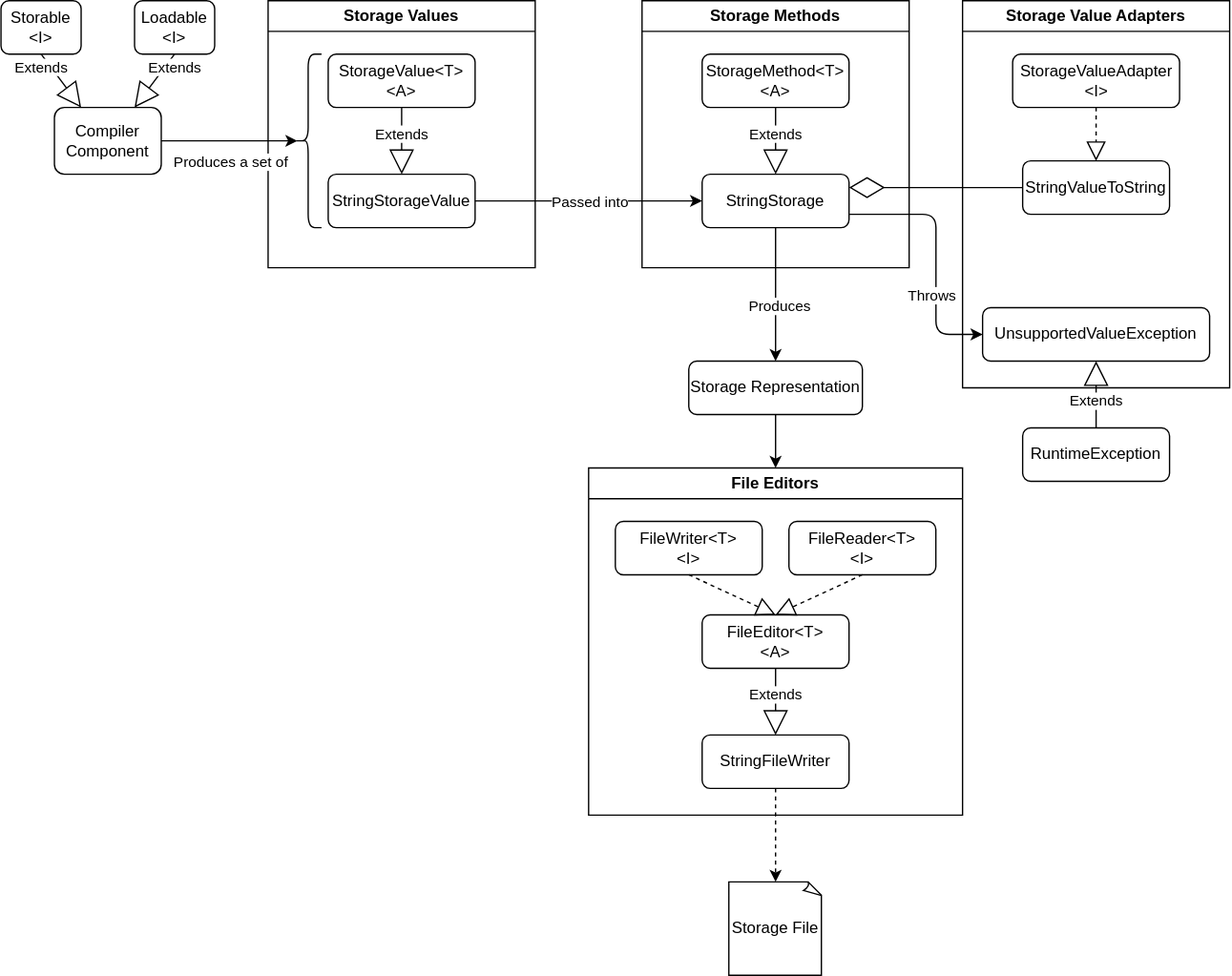
Before: docs/diagrams/Storage.drawio.svg, a diagram exported from draw.io (warburec/GenCompilation). Source tidied: cells renumbered, new cells last; positions are measured from the earlier drawing's top-left corner, leaving out a move shared by most shapes. The source it was exported from:
```xml
<mxGraphModel>
  <root>
    <mxCell id="0" />
    <mxCell id="1" parent="0" />
    <mxCell id="2" value="Storable &amp;lt;I&amp;gt;" style="rounded=1;whiteSpace=wrap;html=1;" parent="1" vertex="1">
      <mxGeometry width="60" height="40" as="geometry" />
    </mxCell>
    <mxCell id="3" value="Storage Values" style="swimlane;whiteSpace=wrap;html=1;" parent="1" vertex="1">
      <mxGeometry x="200" width="200" height="200" as="geometry" />
    </mxCell>
    <mxCell id="4" value="StorageValue&amp;lt;T&amp;gt;&lt;br&gt;&amp;lt;A&amp;gt;" style="rounded=1;whiteSpace=wrap;html=1;" parent="3" vertex="1">
      <mxGeometry x="45" y="40" width="110" height="40" as="geometry" />
    </mxCell>
    <mxCell id="5" value="StringStorageValue" style="rounded=1;whiteSpace=wrap;html=1;" parent="3" vertex="1">
      <mxGeometry x="45" y="130" width="110" height="40" as="geometry" />
    </mxCell>
    <mxCell id="6" value="Extends" style="endArrow=block;endSize=16;endFill=0;html=1;exitX=0.5;exitY=1;exitDx=0;exitDy=0;entryX=0.5;entryY=0;entryDx=0;entryDy=0;" parent="3" edge="1" source="4" target="5">
      <mxGeometry x="-0.2" relative="1" as="geometry">
        <Array as="points">
          <mxPoint x="100" y="100" />
        </Array>
      </mxGeometry>
    </mxCell>
    <mxCell id="7" style="shape=curlyBracket;whiteSpace=wrap;html=1;rounded=1;labelPosition=left;verticalLabelPosition=middle;align=right;verticalAlign=middle;size=0.5;" parent="3" vertex="1">
      <mxGeometry x="20" y="40" width="20" height="130" as="geometry" />
    </mxCell>
    <mxCell id="8" value="Storage Methods" style="swimlane;whiteSpace=wrap;html=1;" parent="1" vertex="1">
      <mxGeometry x="480" width="200" height="200" as="geometry" />
    </mxCell>
    <mxCell id="9" value="StorageMethod&amp;lt;T&amp;gt;&lt;br&gt;&amp;lt;A&amp;gt;" style="rounded=1;whiteSpace=wrap;html=1;" parent="8" vertex="1">
      <mxGeometry x="45" y="40" width="110" height="40" as="geometry" />
    </mxCell>
    <mxCell id="10" value="StringStorage" style="rounded=1;whiteSpace=wrap;html=1;" parent="8" vertex="1">
      <mxGeometry x="45" y="130" width="110" height="40" as="geometry" />
    </mxCell>
    <mxCell id="11" value="Extends" style="endArrow=block;endSize=16;endFill=0;html=1;exitX=0.5;exitY=1;exitDx=0;exitDy=0;entryX=0.5;entryY=0;entryDx=0;entryDy=0;" parent="8" edge="1" source="9" target="10">
      <mxGeometry x="-0.2" relative="1" as="geometry" />
    </mxCell>
    <mxCell id="12" value="Loadable &amp;lt;I&amp;gt;" style="rounded=1;whiteSpace=wrap;html=1;" parent="1" vertex="1">
      <mxGeometry x="100" width="60" height="40" as="geometry" />
    </mxCell>
    <mxCell id="13" style="edgeStyle=orthogonalEdgeStyle;html=1;exitX=1;exitY=0.5;exitDx=0;exitDy=0;entryX=0.1;entryY=0.5;entryDx=0;entryDy=0;entryPerimeter=0;" parent="1" edge="1" source="15" target="7">
      <mxGeometry relative="1" as="geometry" />
    </mxCell>
    <mxCell id="14" value="Produces a set of" style="edgeLabel;html=1;align=center;verticalAlign=middle;" parent="13" vertex="1">
      <mxGeometry x="-0.35" y="-1" relative="1" as="geometry">
        <mxPoint x="17" y="14" as="offset" />
      </mxGeometry>
    </mxCell>
    <mxCell id="15" value="Compiler Component" style="rounded=1;whiteSpace=wrap;html=1;" parent="1" vertex="1">
      <mxGeometry x="40" y="80" width="80" height="50" as="geometry" />
    </mxCell>
    <mxCell id="16" value="Extends" style="endArrow=block;endSize=16;endFill=0;html=1;exitX=0.5;exitY=1;exitDx=0;exitDy=0;entryX=0.25;entryY=0;entryDx=0;entryDy=0;" parent="1" edge="1" source="2" target="15">
      <mxGeometry x="-0.68" y="-6" relative="1" as="geometry" />
    </mxCell>
    <mxCell id="17" value="Extends" style="endArrow=block;endSize=16;endFill=0;html=1;entryX=0.75;entryY=0;entryDx=0;entryDy=0;exitX=0.5;exitY=1;exitDx=0;exitDy=0;" parent="1" edge="1" source="12" target="15">
      <mxGeometry x="-0.68" y="6" relative="1" as="geometry" />
    </mxCell>
    <mxCell id="18" value="Storage Value Adapters" style="swimlane;whiteSpace=wrap;html=1;" parent="1" vertex="1">
      <mxGeometry x="720" width="200" height="290" as="geometry" />
    </mxCell>
    <mxCell id="19" value="StorageValueAdapter &amp;lt;I&amp;gt;" style="rounded=1;whiteSpace=wrap;html=1;" parent="18" vertex="1">
      <mxGeometry x="37.5" y="40" width="125" height="40" as="geometry" />
    </mxCell>
    <mxCell id="20" value="StringValueToString" style="rounded=1;whiteSpace=wrap;html=1;" parent="18" vertex="1">
      <mxGeometry x="45" y="120" width="110" height="40" as="geometry" />
    </mxCell>
    <mxCell id="21" value="UnsupportedValueException" style="rounded=1;whiteSpace=wrap;html=1;" parent="18" vertex="1">
      <mxGeometry x="15" y="230" width="170" height="40" as="geometry" />
    </mxCell>
    <mxCell id="22" style="endArrow=block;dashed=1;endFill=0;endSize=12;html=1;exitX=0.5;exitY=1;exitDx=0;exitDy=0;entryX=0.5;entryY=0;entryDx=0;entryDy=0;" parent="18" edge="1" source="19" target="20">
      <mxGeometry relative="1" as="geometry" />
    </mxCell>
    <mxCell id="23" style="edgeStyle=orthogonalEdgeStyle;html=1;exitX=1;exitY=0.5;exitDx=0;exitDy=0;entryX=0;entryY=0.5;entryDx=0;entryDy=0;" parent="1" edge="1" source="5" target="10">
      <mxGeometry relative="1" as="geometry" />
    </mxCell>
    <mxCell id="24" value="Passed into" style="edgeLabel;html=1;align=center;verticalAlign=middle;" parent="23" vertex="1">
      <mxGeometry x="0.22" relative="1" as="geometry">
        <mxPoint x="-19" as="offset" />
      </mxGeometry>
    </mxCell>
    <mxCell id="25" value="RuntimeException" style="rounded=1;whiteSpace=wrap;html=1;" parent="1" vertex="1">
      <mxGeometry x="765" y="320" width="110" height="40" as="geometry" />
    </mxCell>
    <mxCell id="26" value="Extends" style="endArrow=block;endSize=16;endFill=0;html=1;entryX=0.5;entryY=1;entryDx=0;entryDy=0;exitX=0.5;exitY=0;exitDx=0;exitDy=0;" parent="1" edge="1" source="25" target="21">
      <mxGeometry x="-0.2" relative="1" as="geometry" />
    </mxCell>
    <mxCell id="27" style="endArrow=diamondThin;endFill=0;endSize=24;html=1;entryX=1;entryY=0.25;entryDx=0;entryDy=0;exitX=0;exitY=0.5;exitDx=0;exitDy=0;" parent="1" edge="1" source="20" target="10">
      <mxGeometry relative="1" as="geometry" />
    </mxCell>
    <mxCell id="28" style="edgeStyle=orthogonalEdgeStyle;html=1;exitX=1;exitY=0.75;exitDx=0;exitDy=0;entryX=0;entryY=0.5;entryDx=0;entryDy=0;" parent="1" edge="1" source="10" target="21">
      <mxGeometry relative="1" as="geometry">
        <Array as="points">
          <mxPoint x="700" y="160" />
          <mxPoint x="700" y="250" />
        </Array>
      </mxGeometry>
    </mxCell>
    <mxCell id="29" value="Throws" style="edgeLabel;html=1;align=center;verticalAlign=middle;" parent="28" vertex="1">
      <mxGeometry x="0.18" y="-4" relative="1" as="geometry">
        <mxPoint y="13" as="offset" />
      </mxGeometry>
    </mxCell>
    <mxCell id="30" value="Storage File" style="whiteSpace=wrap;html=1;shape=mxgraph.basic.document;" parent="1" vertex="1">
      <mxGeometry x="545" y="660" width="70" height="70" as="geometry" />
    </mxCell>
    <mxCell id="31" style="edgeStyle=orthogonalEdgeStyle;html=1;exitX=0.5;exitY=1;exitDx=0;exitDy=0;entryX=0.5;entryY=0;entryDx=0;entryDy=0;" parent="1" edge="1" source="10" target="34">
      <mxGeometry relative="1" as="geometry" />
    </mxCell>
    <mxCell id="32" value="Produces" style="edgeLabel;html=1;align=center;verticalAlign=middle;" parent="31" vertex="1">
      <mxGeometry x="0.18" y="2" relative="1" as="geometry" />
    </mxCell>
    <mxCell id="33" style="edgeStyle=none;html=1;exitX=0.5;exitY=1;exitDx=0;exitDy=0;entryX=0.5;entryY=0;entryDx=0;entryDy=0;" parent="1" edge="1" source="34" target="35">
      <mxGeometry relative="1" as="geometry" />
    </mxCell>
    <mxCell id="34" value="Storage Representation" style="rounded=1;whiteSpace=wrap;html=1;" parent="1" vertex="1">
      <mxGeometry x="515" y="270" width="130" height="40" as="geometry" />
    </mxCell>
    <mxCell id="35" value="File Editors" style="swimlane;whiteSpace=wrap;html=1;" parent="1" vertex="1">
      <mxGeometry x="440" y="350" width="280" height="260" as="geometry" />
    </mxCell>
    <mxCell id="36" value="FileWriter&amp;lt;T&amp;gt;&lt;br&gt;&amp;lt;I&amp;gt;" style="rounded=1;whiteSpace=wrap;html=1;" parent="35" vertex="1">
      <mxGeometry x="20" y="40" width="110" height="40" as="geometry" />
    </mxCell>
    <mxCell id="37" value="StringFileWriter" style="rounded=1;whiteSpace=wrap;html=1;" parent="35" vertex="1">
      <mxGeometry x="85" y="200" width="110" height="40" as="geometry" />
    </mxCell>
    <mxCell id="38" value="FileReader&amp;lt;T&amp;gt;&lt;br&gt;&amp;lt;I&amp;gt;" style="rounded=1;whiteSpace=wrap;html=1;" parent="35" vertex="1">
      <mxGeometry x="150" y="40" width="110" height="40" as="geometry" />
    </mxCell>
    <mxCell id="39" value="FileEditor&amp;lt;T&amp;gt;&lt;br&gt;&amp;lt;A&amp;gt;" style="rounded=1;whiteSpace=wrap;html=1;" parent="35" vertex="1">
      <mxGeometry x="85" y="110" width="110" height="40" as="geometry" />
    </mxCell>
    <mxCell id="40" value="Extends" style="endArrow=block;endSize=16;endFill=0;html=1;exitX=0.5;exitY=1;exitDx=0;exitDy=0;" parent="35" edge="1" source="39" target="37">
      <mxGeometry x="-0.2" relative="1" as="geometry" />
    </mxCell>
    <mxCell id="41" style="endArrow=block;dashed=1;endFill=0;endSize=12;html=1;exitX=0.5;exitY=1;exitDx=0;exitDy=0;entryX=0.5;entryY=0;entryDx=0;entryDy=0;" parent="35" edge="1" source="36" target="39">
      <mxGeometry relative="1" as="geometry" />
    </mxCell>
    <mxCell id="42" style="endArrow=block;dashed=1;endFill=0;endSize=12;html=1;exitX=0.5;exitY=1;exitDx=0;exitDy=0;entryX=0.5;entryY=0;entryDx=0;entryDy=0;" parent="35" edge="1" source="38" target="39">
      <mxGeometry relative="1" as="geometry" />
    </mxCell>
    <mxCell id="43" style="html=1;labelBackgroundColor=#ffffff;startArrow=none;startFill=0;startSize=6;endArrow=classic;endFill=1;endSize=6;jettySize=auto;strokeWidth=1;dashed=1;fontSize=14;entryX=0.5;entryY=0;entryDx=0;entryDy=0;entryPerimeter=0;exitX=0.5;exitY=1;exitDx=0;exitDy=0;" parent="1" edge="1" source="37" target="30">
      <mxGeometry relative="1" as="geometry" />
    </mxCell>
  </root>
</mxGraphModel>
```
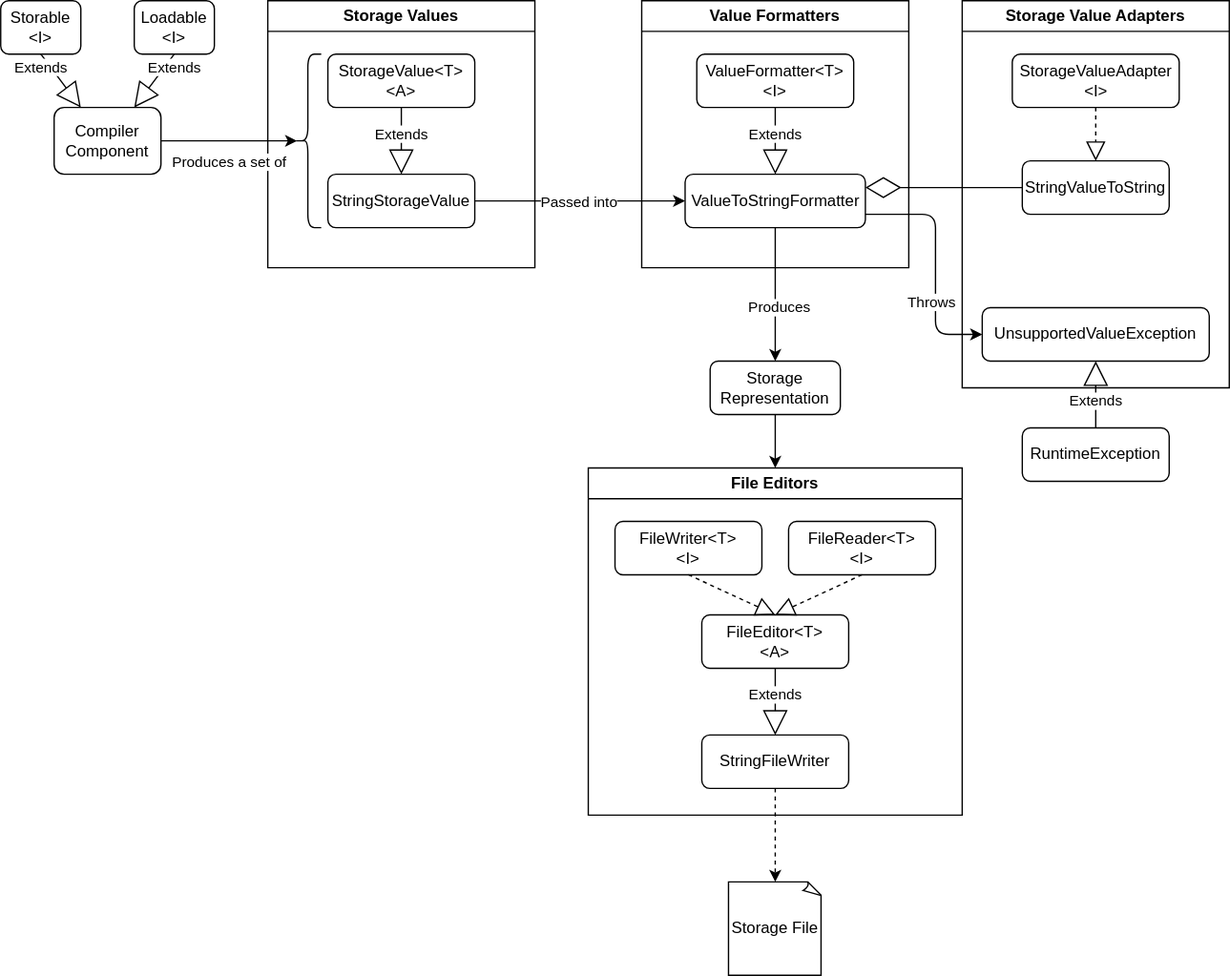
After the commit.

Commit message:
Storage methods converted to Value formatters

What changed in the source:
```diff
@@ -24,14 +24,14 @@
     <mxCell id="7" style="shape=curlyBracket;whiteSpace=wrap;html=1;rounded=1;labelPosition=left;verticalLabelPosition=middle;align=right;verticalAlign=middle;size=0.5;" parent="3" vertex="1">
       <mxGeometry x="20" y="40" width="20" height="130" as="geometry" />
     </mxCell>
-    <mxCell id="8" value="Storage Methods" style="swimlane;whiteSpace=wrap;html=1;" parent="1" vertex="1">
+    <mxCell id="8" value="Value Formatters" style="swimlane;whiteSpace=wrap;html=1;" parent="1" vertex="1">
       <mxGeometry x="480" width="200" height="200" as="geometry" />
     </mxCell>
-    <mxCell id="9" value="StorageMethod&amp;lt;T&amp;gt;&lt;br&gt;&amp;lt;A&amp;gt;" style="rounded=1;whiteSpace=wrap;html=1;" parent="8" vertex="1">
-      <mxGeometry x="45" y="40" width="110" height="40" as="geometry" />
+    <mxCell id="9" value="ValueFormatter&amp;lt;T&amp;gt;&lt;br&gt;&amp;lt;I&amp;gt;" style="rounded=1;whiteSpace=wrap;html=1;" parent="8" vertex="1">
+      <mxGeometry x="41.2" y="40" width="117.5" height="40" as="geometry" />
     </mxCell>
-    <mxCell id="10" value="StringStorage" style="rounded=1;whiteSpace=wrap;html=1;" parent="8" vertex="1">
-      <mxGeometry x="45" y="130" width="110" height="40" as="geometry" />
+    <mxCell id="10" value="ValueToStringFormatter" style="rounded=1;whiteSpace=wrap;html=1;" parent="8" vertex="1">
+      <mxGeometry x="32.5" y="130" width="135" height="40" as="geometry" />
     </mxCell>
     <mxCell id="11" value="Extends" style="endArrow=block;endSize=16;endFill=0;html=1;exitX=0.5;exitY=1;exitDx=0;exitDy=0;entryX=0.5;entryY=0;entryDx=0;entryDy=0;" parent="8" edge="1" source="9" target="10">
       <mxGeometry x="-0.2" relative="1" as="geometry" />
@@ -114,7 +114,7 @@
       <mxGeometry relative="1" as="geometry" />
     </mxCell>
     <mxCell id="34" value="Storage Representation" style="rounded=1;whiteSpace=wrap;html=1;" parent="1" vertex="1">
-      <mxGeometry x="515" y="270" width="130" height="40" as="geometry" />
+      <mxGeometry x="531.2" y="270" width="97.5" height="40" as="geometry" />
     </mxCell>
     <mxCell id="35" value="File Editors" style="swimlane;whiteSpace=wrap;html=1;" parent="1" vertex="1">
       <mxGeometry x="440" y="350" width="280" height="260" as="geometry" />
```
